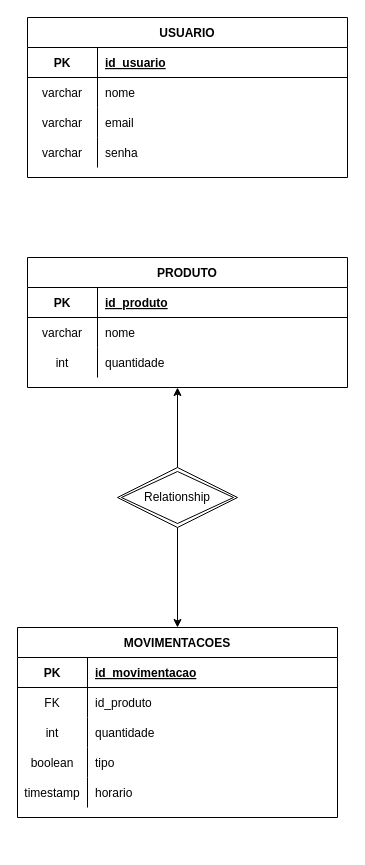
This is docs/database.drawio from RaphaAmericano/keener, a draw.io file, before an edit. Source tidied: cells renumbered, new cells numbered last; positions are measured from the earlier drawing's top-left corner, leaving out a move shared by most shapes. Both pictures are drawn from the tidied source at 100%, with x=0, y=0 at pixel (17, 17).
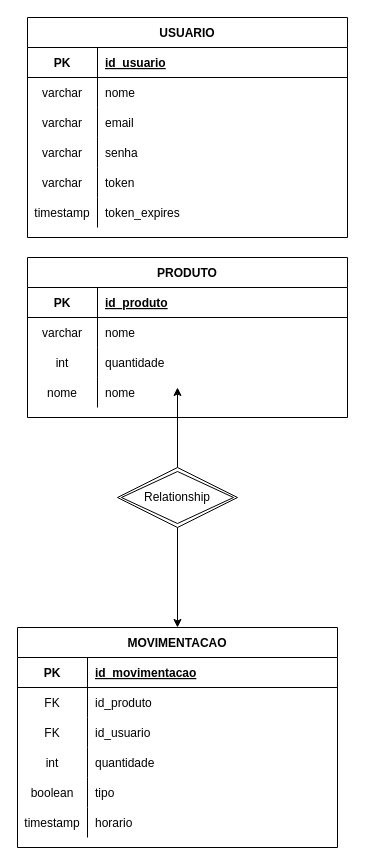
The same page after the edit.

Commit message (it also covers changes not shown here):
Ajustes no diagrama ER

Change to the diagram source:
```diff
@@
     <mxCell id="2" value="PRODUTO" style="shape=table;startSize=30;childLayout=tableLayout;rowLines=0;fontStyle=1;align=center;" parent="1" vertex="1">
-      <mxGeometry x="10" y="240" width="320" height="130" as="geometry" />
+      <mxGeometry x="10" y="240" width="320" height="160" as="geometry" />
     </mxCell>
@@
+    <mxCell id="44" style="shape=partialRectangle;fillColor=none;top=0;left=0;bottom=0;right=0;" parent="2" vertex="1">
+      <mxGeometry y="120" width="320" height="30" as="geometry" />
+    </mxCell>
+    <mxCell id="45" value="nome" style="shape=partialRectangle;fillColor=none;top=0;left=0;bottom=0;right=0;overflow=hidden;" parent="44" vertex="1">
+      <mxGeometry width="70" height="30" as="geometry" />
+    </mxCell>
+    <mxCell id="46" value="nome" style="shape=partialRectangle;fillColor=none;top=0;left=0;bottom=0;right=0;align=left;spacingLeft=6;overflow=hidden;" parent="44" vertex="1">
+      <mxGeometry x="70" width="250" height="30" as="geometry" />
+    </mxCell>
     <mxCell id="12" value="USUARIO" style="shape=table;startSize=30;childLayout=tableLayout;rowLines=0;fontStyle=1;align=center;" parent="1" vertex="1">
-      <mxGeometry x="10" width="320" height="160" as="geometry" />
+      <mxGeometry x="10" width="320" height="220" as="geometry" />
     </mxCell>
@@
+    <mxCell id="47" style="shape=partialRectangle;fillColor=none;top=0;left=0;bottom=0;right=0;" parent="12" vertex="1">
+      <mxGeometry y="150" width="320" height="30" as="geometry" />
+    </mxCell>
+    <mxCell id="48" value="varchar" style="shape=partialRectangle;fillColor=none;top=0;left=0;bottom=0;right=0;overflow=hidden;" parent="47" vertex="1">
+      <mxGeometry width="70" height="30" as="geometry" />
+    </mxCell>
+    <mxCell id="49" value="token" style="shape=partialRectangle;fillColor=none;top=0;left=0;bottom=0;right=0;align=left;spacingLeft=6;overflow=hidden;" parent="47" vertex="1">
+      <mxGeometry x="70" width="250" height="30" as="geometry" />
+    </mxCell>
+    <mxCell id="50" style="shape=partialRectangle;fillColor=none;top=0;left=0;bottom=0;right=0;" parent="12" vertex="1">
+      <mxGeometry y="180" width="320" height="30" as="geometry" />
+    </mxCell>
+    <mxCell id="51" value="timestamp" style="shape=partialRectangle;fillColor=none;top=0;left=0;bottom=0;right=0;overflow=hidden;" parent="50" vertex="1">
+      <mxGeometry width="70" height="30" as="geometry" />
+    </mxCell>
+    <mxCell id="52" value="token_expires" style="shape=partialRectangle;fillColor=none;top=0;left=0;bottom=0;right=0;align=left;spacingLeft=6;overflow=hidden;" parent="50" vertex="1">
+      <mxGeometry x="70" width="250" height="30" as="geometry" />
+    </mxCell>
@@
-    <mxCell id="28" value="MOVIMENTACOES" style="shape=table;startSize=30;childLayout=tableLayout;rowLines=0;fontStyle=1;align=center;" parent="1" vertex="1">
-      <mxGeometry y="610" width="320" height="190" as="geometry" />
+    <mxCell id="28" value="MOVIMENTACAO" style="shape=table;startSize=30;childLayout=tableLayout;rowLines=0;fontStyle=1;align=center;" parent="1" vertex="1">
+      <mxGeometry y="610" width="320" height="220" as="geometry" />
     </mxCell>
@@
+    <mxCell id="53" style="shape=partialRectangle;fillColor=none;top=0;left=0;bottom=0;right=0;" parent="28" vertex="1">
+      <mxGeometry y="90" width="320" height="30" as="geometry" />
+    </mxCell>
+    <mxCell id="54" value="FK" style="shape=partialRectangle;fillColor=none;top=0;left=0;bottom=0;right=0;overflow=hidden;" parent="53" vertex="1">
+      <mxGeometry width="70" height="30" as="geometry" />
+    </mxCell>
+    <mxCell id="55" value="id_usuario" style="shape=partialRectangle;fillColor=none;top=0;left=0;bottom=0;right=0;align=left;spacingLeft=6;overflow=hidden;" parent="53" vertex="1">
+      <mxGeometry x="70" width="250" height="30" as="geometry" />
+    </mxCell>
     <mxCell id="35" style="shape=partialRectangle;fillColor=none;top=0;left=0;bottom=0;right=0;" parent="28" vertex="1">
-      <mxGeometry y="90" width="320" height="30" as="geometry" />
+      <mxGeometry y="120" width="320" height="30" as="geometry" />
     </mxCell>
@@
     <mxCell id="38" style="shape=partialRectangle;fillColor=none;top=0;left=0;bottom=0;right=0;" parent="28" vertex="1">
-      <mxGeometry y="120" width="320" height="30" as="geometry" />
+      <mxGeometry y="150" width="320" height="30" as="geometry" />
     </mxCell>
@@
     <mxCell id="41" style="shape=partialRectangle;fillColor=none;top=0;left=0;bottom=0;right=0;" parent="28" vertex="1">
-      <mxGeometry y="150" width="320" height="30" as="geometry" />
+      <mxGeometry y="180" width="320" height="30" as="geometry" />
     </mxCell>
```
